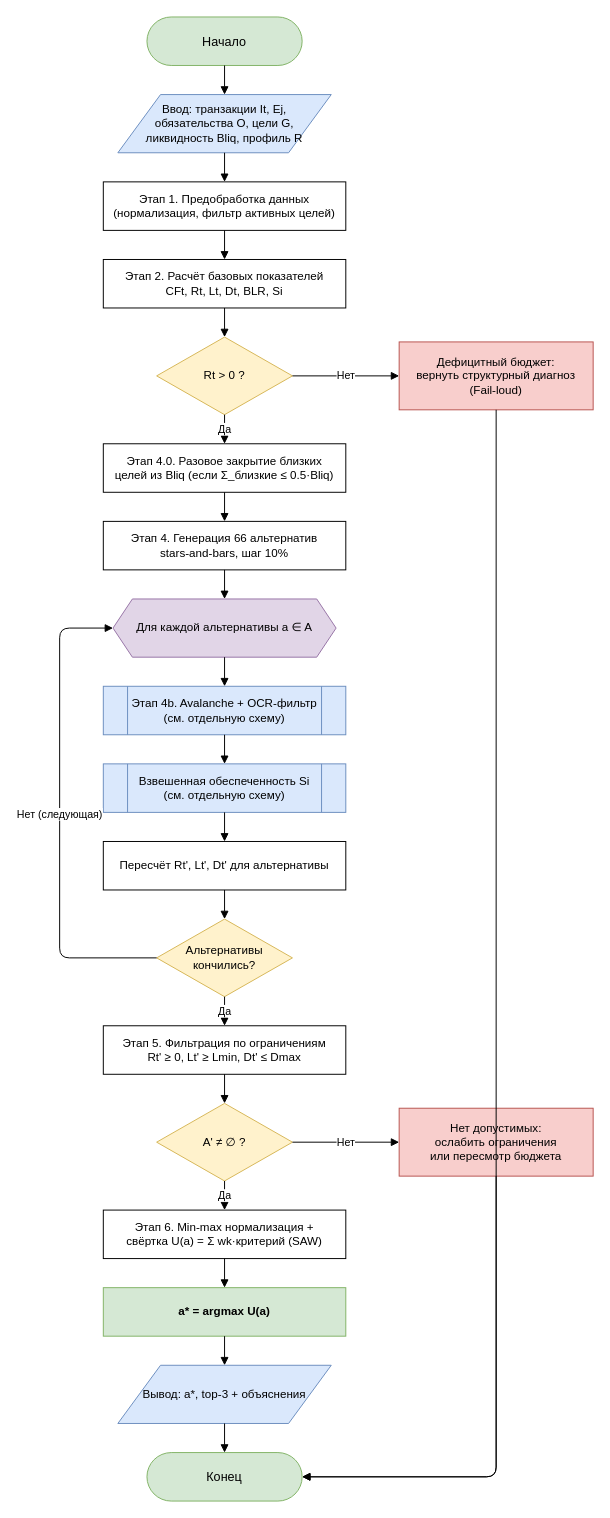
This is docs/diagrams/01_main_pipeline_GOST.drawio from vevdokimovm/personal-finance-dss, a draw.io file, before an edit. Source tidied: cells renumbered, new cells numbered last; positions are measured from the earlier drawing's top-left corner, leaving out a move shared by most shapes. Both pictures are drawn from the tidied source at 97%, with x=0, y=0 at pixel (59, 16).
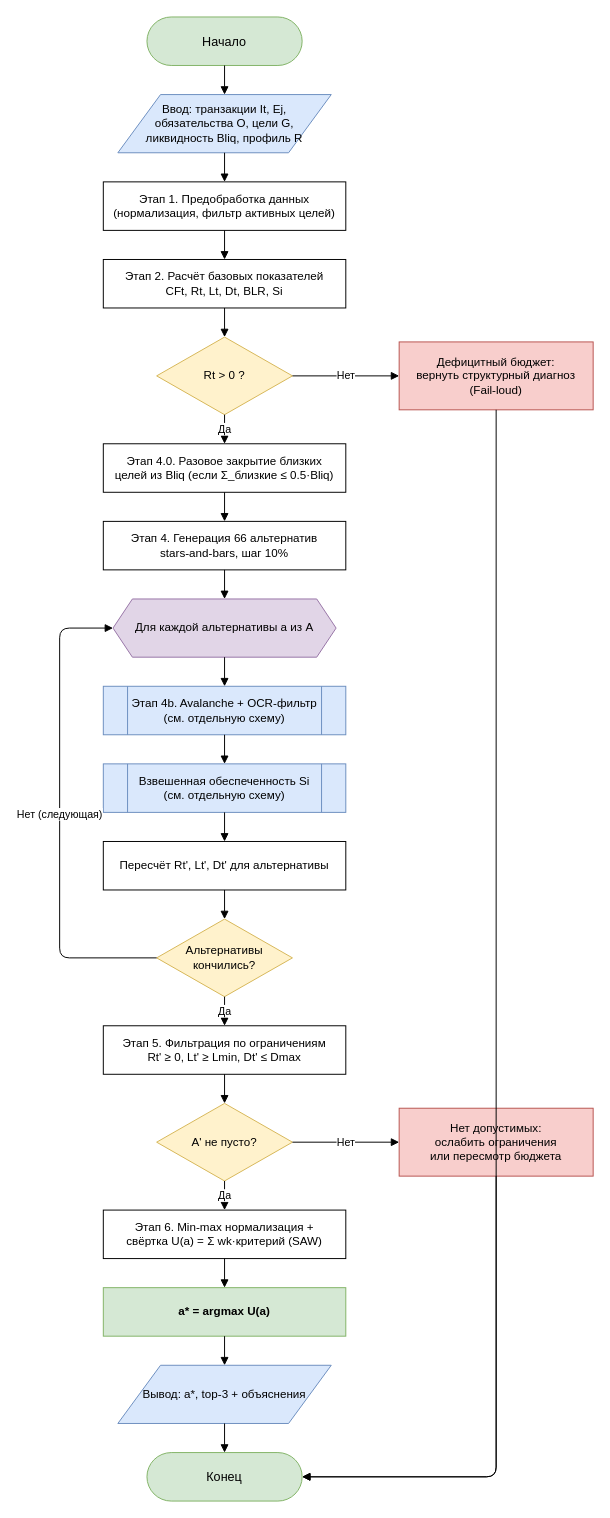
The same page after the edit.

What changed in the source:
```diff
@@
-    <mxCell id="10" value="Для каждой альтернативы a ∈ A" style="shape=hexagon;perimeter=hexagonPerimeter2;whiteSpace=wrap;html=1;fixedSize=1;fillColor=#e1d5e7;strokeColor=#9673a6;fontSize=12;" parent="1" vertex="1">
+    <mxCell id="10" value="Для каждой альтернативы a из A" style="shape=hexagon;perimeter=hexagonPerimeter2;whiteSpace=wrap;html=1;fixedSize=1;fillColor=#e1d5e7;strokeColor=#9673a6;fontSize=12;" parent="1" vertex="1">
       <mxGeometry x="55" y="600" width="230" height="60" as="geometry" />
     </mxCell>
@@
-    <mxCell id="16" value="A' ≠ ∅ ?" style="rhombus;whiteSpace=wrap;html=1;fillColor=#fff2cc;strokeColor=#d6b656;fontSize=12;" parent="1" vertex="1">
+    <mxCell id="16" value="A' не пусто?" style="rhombus;whiteSpace=wrap;html=1;fillColor=#fff2cc;strokeColor=#d6b656;fontSize=12;" parent="1" vertex="1">
       <mxGeometry x="100" y="1120" width="140" height="80" as="geometry" />
     </mxCell>
```
